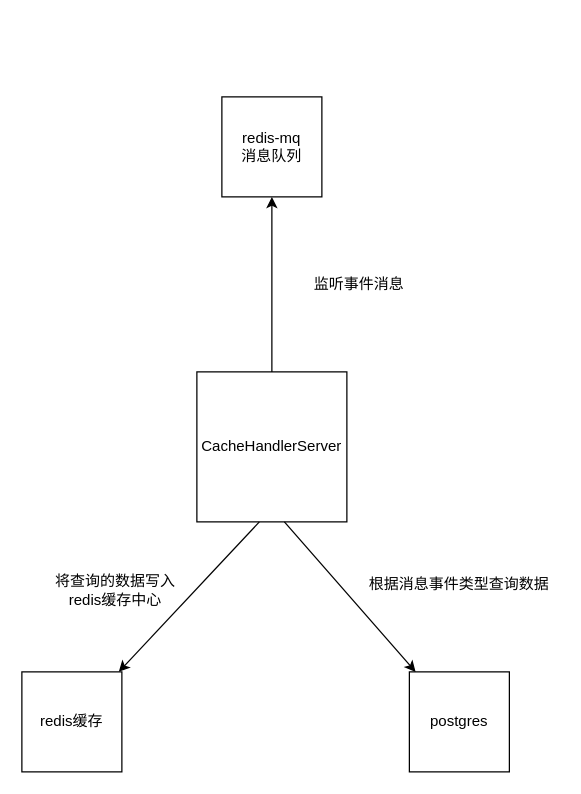
Above: cachehandlerserver.drawio in DeanYang121/typora_images (draw.io), before the change. Source tidied: cells renumbered, new cells numbered last; positions are measured from the earlier drawing's top-left corner, leaving out a move shared by most shapes. Both pictures are drawn from the tidied source at 125%, with x=0, y=0 at pixel (21, 96).
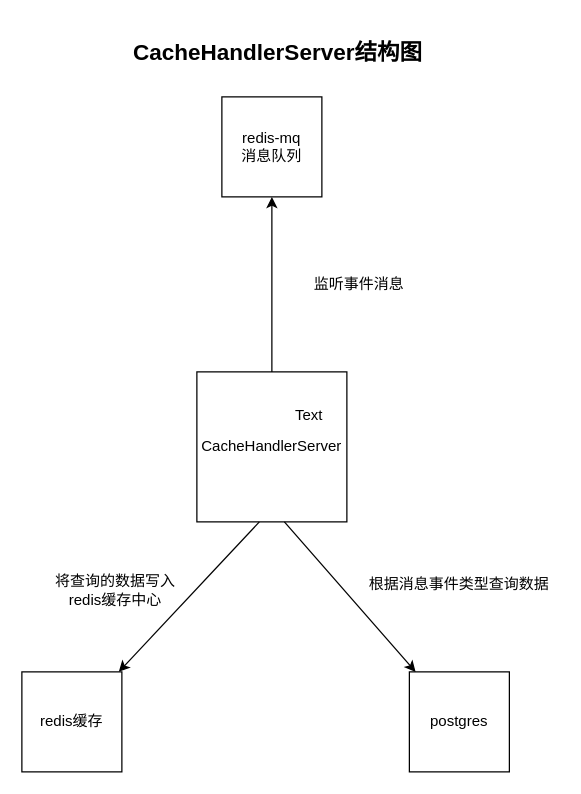
After the change.

The edit, as a diff of the source:
```diff
@@
 <mxGraphModel>
   <root>
     <mxCell id="0" />
     <mxCell id="1" parent="0" />
     <mxCell id="2" value="redis缓存" style="whiteSpace=wrap;html=1;" parent="1" vertex="1">
       <mxGeometry y="460" width="80" height="80" as="geometry" />
     </mxCell>
     <mxCell id="3" value="postgres" style="whiteSpace=wrap;html=1;" parent="1" vertex="1">
       <mxGeometry x="310" y="460" width="80" height="80" as="geometry" />
     </mxCell>
     <mxCell id="4" value="redis-mq&lt;br&gt;消息队列" style="whiteSpace=wrap;html=1;" parent="1" vertex="1">
       <mxGeometry x="160" width="80" height="80" as="geometry" />
     </mxCell>
     <mxCell id="5" value="CacheHandlerServer" style="whiteSpace=wrap;html=1;" parent="1" vertex="1">
       <mxGeometry x="140" y="220" width="120" height="120" as="geometry" />
     </mxCell>
     <mxCell id="6" style="endArrow=classic;html=1;rounded=0;exitX=0.5;exitY=0;exitDx=0;exitDy=0;exitPerimeter=0;" parent="1" edge="1" source="5" target="4">
       <mxGeometry relative="1" as="geometry" />
     </mxCell>
     <mxCell id="7" value="监听事件消息" style="text;html=1;strokeColor=none;fillColor=none;align=center;verticalAlign=middle;whiteSpace=wrap;rounded=0;" parent="1" vertex="1">
       <mxGeometry x="200" y="130" width="140" height="40" as="geometry" />
     </mxCell>
     <mxCell id="8" style="endArrow=classic;html=1;rounded=0;" parent="1" edge="1" target="3">
       <mxGeometry relative="1" as="geometry">
         <mxPoint x="210" y="340" as="sourcePoint" />
       </mxGeometry>
     </mxCell>
     <mxCell id="9" value="根据消息事件类型查询数据" style="text;html=1;strokeColor=none;fillColor=none;align=center;verticalAlign=middle;whiteSpace=wrap;rounded=0;" parent="1" vertex="1">
       <mxGeometry x="270" y="370" width="160" height="40" as="geometry" />
     </mxCell>
     <mxCell id="10" style="endArrow=classic;html=1;rounded=0;" parent="1" edge="1" target="2">
       <mxGeometry relative="1" as="geometry">
         <mxPoint x="190" y="340" as="sourcePoint" />
       </mxGeometry>
     </mxCell>
     <mxCell id="11" value="将查询的数据写入redis缓存中心" style="text;html=1;strokeColor=none;fillColor=none;align=center;verticalAlign=middle;whiteSpace=wrap;rounded=0;" parent="1" vertex="1">
       <mxGeometry x="20" y="380" width="110" height="30" as="geometry" />
     </mxCell>
+    <mxCell id="12" value="Text" style="text;html=1;strokeColor=none;fillColor=none;align=center;verticalAlign=middle;whiteSpace=wrap;rounded=0;" parent="1" vertex="1">
+      <mxGeometry x="200" y="240" width="60" height="30" as="geometry" />
+    </mxCell>
+    <mxCell id="13" value="&lt;b&gt;&lt;font style=&quot;font-size: 18px;&quot;&gt;CacheHandlerServer结构图&lt;/font&gt;&lt;/b&gt;" style="text;html=1;strokeColor=none;fillColor=none;align=center;verticalAlign=middle;whiteSpace=wrap;rounded=0;" parent="1" vertex="1">
+      <mxGeometry x="70" y="-60" width="270" height="50" as="geometry" />
+    </mxCell>
   </root>
 </mxGraphModel>
```
